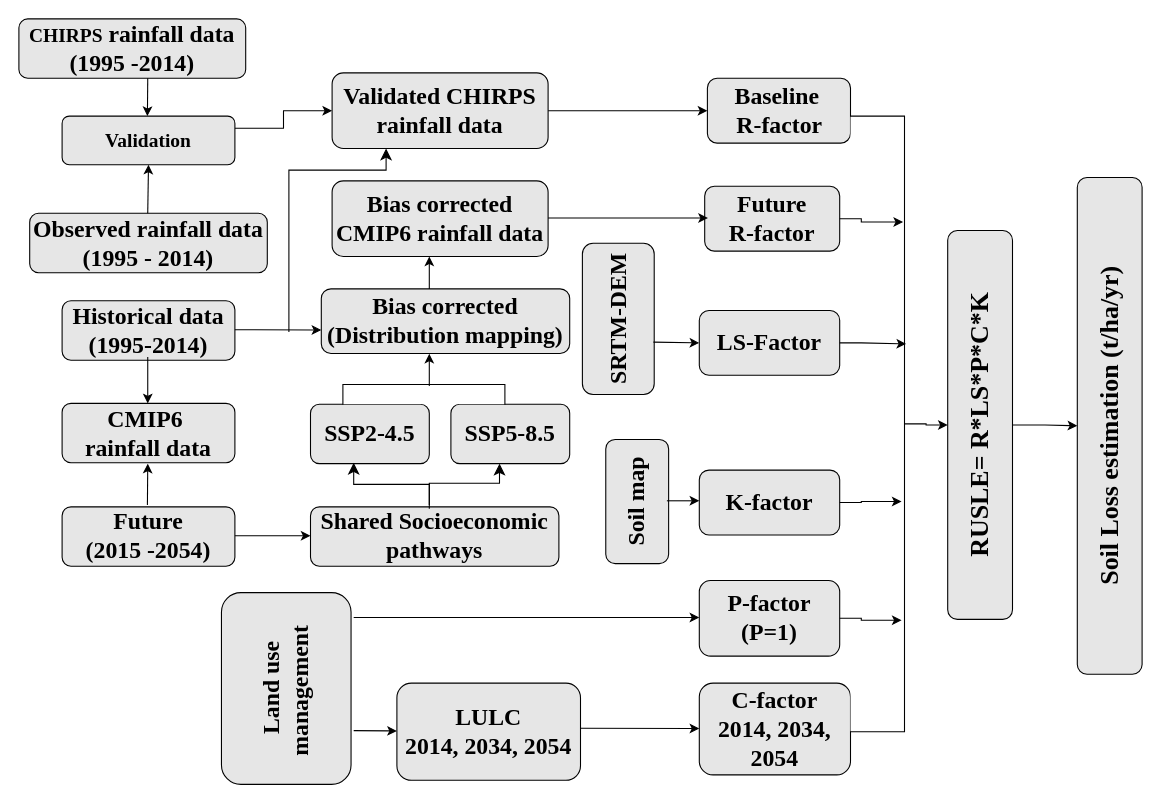
Earlier version of the draw.io diagram Flow_CC.drawio (yemioke/PRISMA2020). Source tidied: cells renumbered, new cells numbered last; positions are measured from the earlier drawing's top-left corner, leaving out a move shared by most shapes. Both pictures are drawn from the tidied source at 108%, with x=0, y=0 at pixel (18, 18).
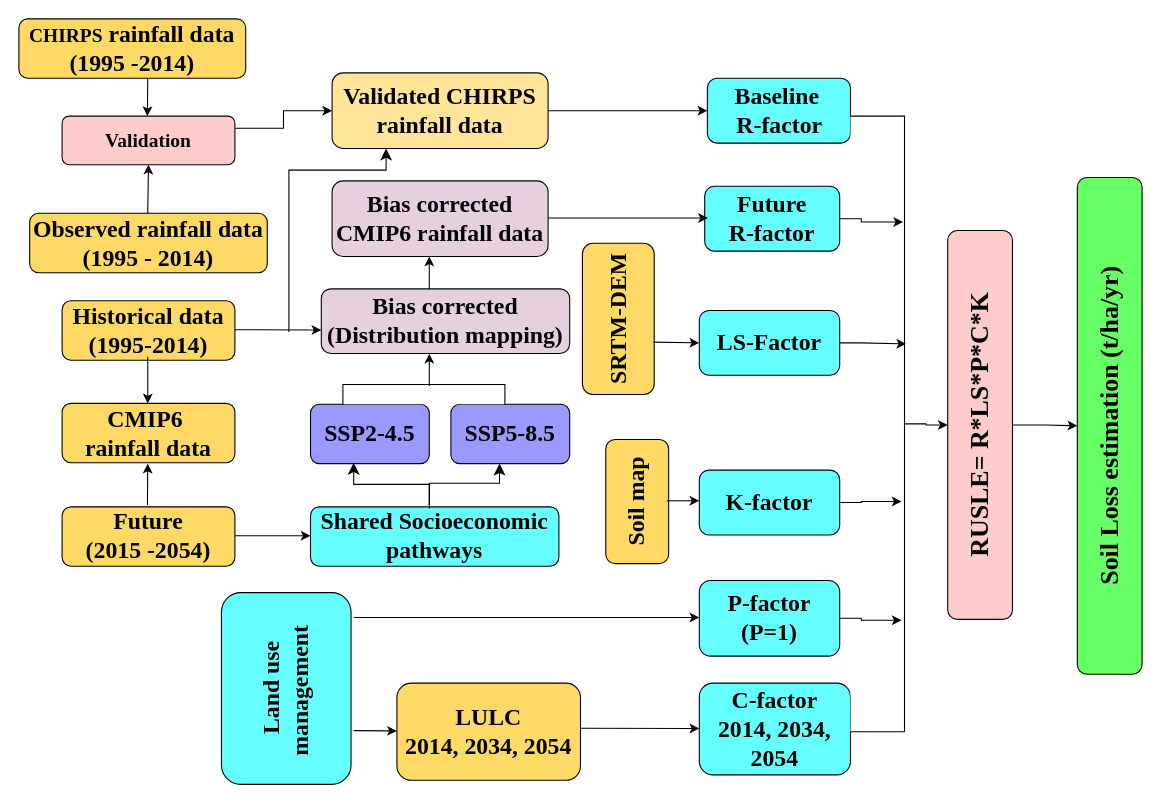
The same page after the edit.

Change to the diagram source:
```diff
@@
-    <mxCell id="3" value="&lt;font style=&quot;font-size: 24px;&quot; face=&quot;Times New Roman&quot;&gt;&lt;b style=&quot;&quot;&gt;RUSLE= R*LS*P*C*K&lt;/b&gt;&lt;/font&gt;" style="rounded=1;whiteSpace=wrap;html=1;rotation=-90;fillColor=#E6E6E6;" parent="1" vertex="1">
+    <mxCell id="3" value="&lt;font style=&quot;font-size: 24px;&quot; face=&quot;Times New Roman&quot;&gt;&lt;b style=&quot;&quot;&gt;RUSLE= R*LS*P*C*K&lt;/b&gt;&lt;/font&gt;" style="rounded=1;whiteSpace=wrap;html=1;rotation=-90;fillColor=#FFCCCC;" parent="1" vertex="1">
       <mxGeometry x="710" y="346" width="360" height="60" as="geometry" />
     </mxCell>
-    <mxCell id="4" value="&lt;font face=&quot;Times New Roman&quot;&gt;&lt;span style=&quot;font-size: 24px;&quot;&gt;&lt;b&gt;Soil Loss estimation (t/ha/yr)&lt;/b&gt;&lt;/span&gt;&lt;/font&gt;" style="rounded=1;whiteSpace=wrap;html=1;rotation=-90;fillColor=#E6E6E6;" parent="1" vertex="1">
+    <mxCell id="4" value="&lt;font face=&quot;Times New Roman&quot;&gt;&lt;span style=&quot;font-size: 24px;&quot;&gt;&lt;b&gt;Soil Loss estimation (t/ha/yr)&lt;/b&gt;&lt;/span&gt;&lt;/font&gt;" style="rounded=1;whiteSpace=wrap;html=1;rotation=-90;fillColor=#66FF66;" parent="1" vertex="1">
       <mxGeometry x="780" y="346.8" width="460" height="60" as="geometry" />
     </mxCell>
-    <mxCell id="5" value="&lt;font face=&quot;Times New Roman&quot;&gt;&lt;b style=&quot;&quot;&gt;&lt;font style=&quot;font-size: 22px;&quot;&gt;Baseline&lt;/font&gt;&lt;span style=&quot;font-size: 18px;&quot;&gt;&amp;nbsp;&lt;/span&gt;&lt;/b&gt;&lt;/font&gt;&lt;div&gt;&lt;font style=&quot;font-size: 22px;&quot; face=&quot;Times New Roman&quot;&gt;&lt;b style=&quot;&quot;&gt;R-factor&lt;/b&gt;&lt;/font&gt;&lt;/div&gt;" style="rounded=1;whiteSpace=wrap;html=1;rotation=0;fillColor=#E6E6E6;" parent="1" vertex="1">
+    <mxCell id="5" value="&lt;font face=&quot;Times New Roman&quot;&gt;&lt;b style=&quot;&quot;&gt;&lt;font style=&quot;font-size: 22px;&quot;&gt;Baseline&lt;/font&gt;&lt;span style=&quot;font-size: 18px;&quot;&gt;&amp;nbsp;&lt;/span&gt;&lt;/b&gt;&lt;/font&gt;&lt;div&gt;&lt;font style=&quot;font-size: 22px;&quot; face=&quot;Times New Roman&quot;&gt;&lt;b style=&quot;&quot;&gt;R-factor&lt;/b&gt;&lt;/font&gt;&lt;/div&gt;" style="rounded=1;whiteSpace=wrap;html=1;rotation=0;fillColor=#66FFFF;" parent="1" vertex="1">
       <mxGeometry x="637.5" y="55" width="132.5" height="60" as="geometry" />
     </mxCell>
-    <mxCell id="6" value="&lt;font style=&quot;font-size: 22px;&quot; face=&quot;Times New Roman&quot;&gt;&lt;b style=&quot;&quot;&gt;Future&lt;/b&gt;&lt;/font&gt;&lt;div&gt;&lt;font style=&quot;font-size: 22px;&quot; face=&quot;Times New Roman&quot;&gt;&lt;b style=&quot;&quot;&gt;R-factor&lt;/b&gt;&lt;/font&gt;&lt;/div&gt;" style="rounded=1;whiteSpace=wrap;html=1;rotation=0;fillColor=#E6E6E6;" parent="1" vertex="1">
+    <mxCell id="6" value="&lt;font style=&quot;font-size: 22px;&quot; face=&quot;Times New Roman&quot;&gt;&lt;b style=&quot;&quot;&gt;Future&lt;/b&gt;&lt;/font&gt;&lt;div&gt;&lt;font style=&quot;font-size: 22px;&quot; face=&quot;Times New Roman&quot;&gt;&lt;b style=&quot;&quot;&gt;R-factor&lt;/b&gt;&lt;/font&gt;&lt;/div&gt;" style="rounded=1;whiteSpace=wrap;html=1;rotation=0;fillColor=#66FFFF;" parent="1" vertex="1">
       <mxGeometry x="635" y="155" width="125" height="60" as="geometry" />
     </mxCell>
-    <mxCell id="7" value="&lt;font face=&quot;Times New Roman&quot; style=&quot;font-size: 22px;&quot;&gt;&lt;b style=&quot;&quot;&gt;Land use management&amp;nbsp;&lt;/b&gt;&lt;/font&gt;" style="rounded=1;whiteSpace=wrap;html=1;rotation=-90;fillColor=#E6E6E6;" parent="1" vertex="1">
+    <mxCell id="7" value="&lt;font face=&quot;Times New Roman&quot; style=&quot;font-size: 22px;&quot;&gt;&lt;b style=&quot;&quot;&gt;Land use management&amp;nbsp;&lt;/b&gt;&lt;/font&gt;" style="rounded=1;whiteSpace=wrap;html=1;rotation=-90;fillColor=#66FFFF;" parent="1" vertex="1">
       <mxGeometry x="158.8" y="560" width="177.5" height="120" as="geometry" />
     </mxCell>
-    <mxCell id="8" value="&lt;font style=&quot;font-size: 22px;&quot; face=&quot;Times New Roman&quot;&gt;&lt;b style=&quot;&quot;&gt;LULC&lt;/b&gt;&lt;/font&gt;&lt;div&gt;&lt;font style=&quot;font-size: 22px;&quot; face=&quot;Times New Roman&quot;&gt;&lt;b style=&quot;&quot;&gt;2014, 2034, 2054&lt;/b&gt;&lt;/font&gt;&lt;/div&gt;" style="rounded=1;whiteSpace=wrap;html=1;rotation=0;fillColor=#E6E6E6;" parent="1" vertex="1">
+    <mxCell id="8" value="&lt;font style=&quot;font-size: 22px;&quot; face=&quot;Times New Roman&quot;&gt;&lt;b style=&quot;&quot;&gt;LULC&lt;/b&gt;&lt;/font&gt;&lt;div&gt;&lt;font style=&quot;font-size: 22px;&quot; face=&quot;Times New Roman&quot;&gt;&lt;b style=&quot;&quot;&gt;2014, 2034, 2054&lt;/b&gt;&lt;/font&gt;&lt;/div&gt;" style="rounded=1;whiteSpace=wrap;html=1;rotation=0;fillColor=#FFD966;" parent="1" vertex="1">
       <mxGeometry x="350" y="615" width="170" height="90" as="geometry" />
     </mxCell>
-    <mxCell id="9" value="&lt;font style=&quot;font-size: 22px;&quot; face=&quot;Times New Roman&quot;&gt;&lt;b style=&quot;&quot;&gt;C-factor&lt;/b&gt;&lt;/font&gt;&lt;br&gt;&lt;div&gt;&lt;font style=&quot;font-size: 22px;&quot; face=&quot;Times New Roman&quot;&gt;&lt;b style=&quot;&quot;&gt;2014, 2034, 2054&lt;/b&gt;&lt;/font&gt;&lt;/div&gt;" style="rounded=1;whiteSpace=wrap;html=1;rotation=0;fillColor=#E6E6E6;" parent="1" vertex="1">
+    <mxCell id="9" value="&lt;font style=&quot;font-size: 22px;&quot; face=&quot;Times New Roman&quot;&gt;&lt;b style=&quot;&quot;&gt;C-factor&lt;/b&gt;&lt;/font&gt;&lt;br&gt;&lt;div&gt;&lt;font style=&quot;font-size: 22px;&quot; face=&quot;Times New Roman&quot;&gt;&lt;b style=&quot;&quot;&gt;2014, 2034, 2054&lt;/b&gt;&lt;/font&gt;&lt;/div&gt;" style="rounded=1;whiteSpace=wrap;html=1;rotation=0;fillColor=#66FFFF;" parent="1" vertex="1">
       <mxGeometry x="630" y="615" width="140" height="85" as="geometry" />
     </mxCell>
-    <mxCell id="10" value="&lt;font style=&quot;font-size: 22px;&quot; face=&quot;Times New Roman&quot;&gt;&lt;b style=&quot;&quot;&gt;P-factor&lt;/b&gt;&lt;/font&gt;&lt;div&gt;&lt;font style=&quot;font-size: 22px;&quot; face=&quot;Times New Roman&quot;&gt;&lt;b style=&quot;&quot;&gt;(P=1)&lt;/b&gt;&lt;/font&gt;&lt;/div&gt;" style="rounded=1;whiteSpace=wrap;html=1;rotation=0;fillColor=#E6E6E6;" parent="1" vertex="1">
+    <mxCell id="10" value="&lt;font style=&quot;font-size: 22px;&quot; face=&quot;Times New Roman&quot;&gt;&lt;b style=&quot;&quot;&gt;P-factor&lt;/b&gt;&lt;/font&gt;&lt;div&gt;&lt;font style=&quot;font-size: 22px;&quot; face=&quot;Times New Roman&quot;&gt;&lt;b style=&quot;&quot;&gt;(P=1)&lt;/b&gt;&lt;/font&gt;&lt;/div&gt;" style="rounded=1;whiteSpace=wrap;html=1;rotation=0;fillColor=#66FFFF;" parent="1" vertex="1">
       <mxGeometry x="630" y="520" width="130" height="70" as="geometry" />
     </mxCell>
-    <mxCell id="11" value="&lt;font style=&quot;font-size: 22px;&quot; face=&quot;Times New Roman&quot;&gt;&lt;b style=&quot;&quot;&gt;Soil map&lt;/b&gt;&lt;/font&gt;" style="rounded=1;whiteSpace=wrap;html=1;rotation=-90;fillColor=#E6E6E6;" parent="1" vertex="1">
+    <mxCell id="11" value="&lt;font style=&quot;font-size: 22px;&quot; face=&quot;Times New Roman&quot;&gt;&lt;b style=&quot;&quot;&gt;Soil map&lt;/b&gt;&lt;/font&gt;" style="rounded=1;whiteSpace=wrap;html=1;rotation=-90;fillColor=#FFD966;" parent="1" vertex="1">
       <mxGeometry x="515" y="417.8" width="115" height="58.2" as="geometry" />
     </mxCell>
-    <mxCell id="12" value="&lt;font style=&quot;font-size: 22px;&quot; face=&quot;Times New Roman&quot;&gt;&lt;b style=&quot;&quot;&gt;K-factor&lt;/b&gt;&lt;/font&gt;" style="rounded=1;whiteSpace=wrap;html=1;rotation=0;fillColor=#E6E6E6;" parent="1" vertex="1">
+    <mxCell id="12" value="&lt;font style=&quot;font-size: 22px;&quot; face=&quot;Times New Roman&quot;&gt;&lt;b style=&quot;&quot;&gt;K-factor&lt;/b&gt;&lt;/font&gt;" style="rounded=1;whiteSpace=wrap;html=1;rotation=0;fillColor=#66FFFF;" parent="1" vertex="1">
       <mxGeometry x="630" y="417.8" width="130" height="60" as="geometry" />
     </mxCell>
-    <mxCell id="13" value="&lt;font style=&quot;font-size: 22px;&quot; face=&quot;Times New Roman&quot;&gt;&lt;b style=&quot;&quot;&gt;LS-Factor&lt;/b&gt;&lt;/font&gt;" style="rounded=1;whiteSpace=wrap;html=1;rotation=0;fillColor=#E6E6E6;" parent="1" vertex="1">
+    <mxCell id="13" value="&lt;font style=&quot;font-size: 22px;&quot; face=&quot;Times New Roman&quot;&gt;&lt;b style=&quot;&quot;&gt;LS-Factor&lt;/b&gt;&lt;/font&gt;" style="rounded=1;whiteSpace=wrap;html=1;rotation=0;fillColor=#66FFFF;" parent="1" vertex="1">
       <mxGeometry x="630" y="270" width="130" height="60" as="geometry" />
     </mxCell>
-    <mxCell id="14" value="&lt;font style=&quot;font-size: 22px;&quot; face=&quot;Times New Roman&quot;&gt;&lt;b style=&quot;&quot;&gt;SRTM-DEM&lt;/b&gt;&lt;/font&gt;" style="rounded=1;whiteSpace=wrap;html=1;rotation=-90;fillColor=#E6E6E6;" parent="1" vertex="1">
+    <mxCell id="14" value="&lt;font style=&quot;font-size: 22px;&quot; face=&quot;Times New Roman&quot;&gt;&lt;b style=&quot;&quot;&gt;SRTM-DEM&lt;/b&gt;&lt;/font&gt;" style="rounded=1;whiteSpace=wrap;html=1;rotation=-90;fillColor=#FFD966;" parent="1" vertex="1">
       <mxGeometry x="485" y="244.5" width="140" height="66.5" as="geometry" />
     </mxCell>
@@
-    <mxCell id="16" value="&lt;font face=&quot;Times New Roman&quot;&gt;&lt;b style=&quot;&quot;&gt;&lt;font style=&quot;font-size: 22px;&quot;&gt;Validated CHIRPS&lt;/font&gt;&lt;span style=&quot;font-size: 18px;&quot;&gt; &lt;/span&gt;&lt;font style=&quot;font-size: 22px;&quot;&gt;rainfall data&lt;/font&gt;&lt;/b&gt;&lt;/font&gt;" style="rounded=1;whiteSpace=wrap;html=1;rotation=0;fillColor=#E6E6E6;" parent="1" vertex="1">
+    <mxCell id="16" value="&lt;font face=&quot;Times New Roman&quot;&gt;&lt;b style=&quot;&quot;&gt;&lt;font style=&quot;font-size: 22px;&quot;&gt;Validated CHIRPS&lt;/font&gt;&lt;span style=&quot;font-size: 18px;&quot;&gt; &lt;/span&gt;&lt;font style=&quot;font-size: 22px;&quot;&gt;rainfall data&lt;/font&gt;&lt;/b&gt;&lt;/font&gt;" style="rounded=1;whiteSpace=wrap;html=1;rotation=0;fillColor=#FFE599;" parent="1" vertex="1">
       <mxGeometry x="290" y="50" width="200" height="70" as="geometry" />
     </mxCell>
-    <mxCell id="17" value="&lt;font face=&quot;Times New Roman&quot;&gt;&lt;b style=&quot;&quot;&gt;&lt;font style=&quot;font-size: 22px;&quot;&gt;Bias corrected CMIP6&lt;/font&gt;&lt;font style=&quot;font-size: 22px;&quot;&gt; rainfall data&lt;/font&gt;&lt;/b&gt;&lt;/font&gt;" style="rounded=1;whiteSpace=wrap;html=1;rotation=0;fillColor=#E6E6E6;" parent="1" vertex="1">
+    <mxCell id="17" value="&lt;font face=&quot;Times New Roman&quot;&gt;&lt;b style=&quot;&quot;&gt;&lt;font style=&quot;font-size: 22px;&quot;&gt;Bias corrected CMIP6&lt;/font&gt;&lt;font style=&quot;font-size: 22px;&quot;&gt; rainfall data&lt;/font&gt;&lt;/b&gt;&lt;/font&gt;" style="rounded=1;whiteSpace=wrap;html=1;rotation=0;fillColor=#E6D0DE;" parent="1" vertex="1">
       <mxGeometry x="290" y="150" width="200" height="70" as="geometry" />
     </mxCell>
-    <mxCell id="18" value="&lt;font style=&quot;font-size: 22px;&quot; face=&quot;Times New Roman&quot;&gt;&lt;b style=&quot;&quot;&gt;Bias corrected&lt;/b&gt;&lt;/font&gt;&lt;div&gt;&lt;font style=&quot;font-size: 22px;&quot; face=&quot;Times New Roman&quot;&gt;&lt;b style=&quot;&quot;&gt;(Distribution mapping)&lt;/b&gt;&lt;/font&gt;&lt;/div&gt;" style="rounded=1;whiteSpace=wrap;html=1;rotation=0;fillColor=#E6E6E6;" parent="1" vertex="1">
+    <mxCell id="18" value="&lt;font style=&quot;font-size: 22px;&quot; face=&quot;Times New Roman&quot;&gt;&lt;b style=&quot;&quot;&gt;Bias corrected&lt;/b&gt;&lt;/font&gt;&lt;div&gt;&lt;font style=&quot;font-size: 22px;&quot; face=&quot;Times New Roman&quot;&gt;&lt;b style=&quot;&quot;&gt;(Distribution mapping)&lt;/b&gt;&lt;/font&gt;&lt;/div&gt;" style="rounded=1;whiteSpace=wrap;html=1;rotation=0;fillColor=#E6D0DE;" parent="1" vertex="1">
       <mxGeometry x="280" y="250" width="230" height="59.8" as="geometry" />
     </mxCell>
-    <mxCell id="19" value="&lt;font style=&quot;font-size: 22px;&quot; face=&quot;Times New Roman&quot;&gt;&lt;b style=&quot;&quot;&gt;SSP2-4.5&lt;/b&gt;&lt;/font&gt;" style="rounded=1;whiteSpace=wrap;html=1;rotation=0;fillColor=#E6E6E6;" parent="1" vertex="1">
+    <mxCell id="19" value="&lt;font style=&quot;font-size: 22px;&quot; face=&quot;Times New Roman&quot;&gt;&lt;b style=&quot;&quot;&gt;SSP2-4.5&lt;/b&gt;&lt;/font&gt;" style="rounded=1;whiteSpace=wrap;html=1;rotation=0;fillColor=#9999FF;" parent="1" vertex="1">
       <mxGeometry x="270" y="356.8" width="110" height="55" as="geometry" />
     </mxCell>
-    <mxCell id="20" value="&lt;font style=&quot;font-size: 22px;&quot; face=&quot;Times New Roman&quot;&gt;&lt;b style=&quot;&quot;&gt;SSP5-8.5&lt;/b&gt;&lt;/font&gt;" style="rounded=1;whiteSpace=wrap;html=1;rotation=0;fillColor=#E6E6E6;" parent="1" vertex="1">
+    <mxCell id="20" value="&lt;font style=&quot;font-size: 22px;&quot; face=&quot;Times New Roman&quot;&gt;&lt;b style=&quot;&quot;&gt;SSP5-8.5&lt;/b&gt;&lt;/font&gt;" style="rounded=1;whiteSpace=wrap;html=1;rotation=0;fillColor=#9999FF;" parent="1" vertex="1">
       <mxGeometry x="400" y="356.8" width="110" height="55" as="geometry" />
     </mxCell>
-    <mxCell id="21" value="&lt;font style=&quot;font-size: 22px;&quot; face=&quot;Times New Roman&quot;&gt;&lt;b style=&quot;&quot;&gt;Shared Socioeconomic pathways&lt;/b&gt;&lt;/font&gt;" style="rounded=1;whiteSpace=wrap;html=1;rotation=0;fillColor=#E6E6E6;" parent="1" vertex="1">
+    <mxCell id="21" value="&lt;font style=&quot;font-size: 22px;&quot; face=&quot;Times New Roman&quot;&gt;&lt;b style=&quot;&quot;&gt;Shared Socioeconomic pathways&lt;/b&gt;&lt;/font&gt;" style="rounded=1;whiteSpace=wrap;html=1;rotation=0;fillColor=#66FFFF;" parent="1" vertex="1">
       <mxGeometry x="270" y="451.8" width="230" height="55" as="geometry" />
     </mxCell>
-    <mxCell id="22" value="&lt;font style=&quot;font-size: 22px;&quot; face=&quot;Times New Roman&quot;&gt;&lt;b style=&quot;&quot;&gt;Future&lt;/b&gt;&lt;/font&gt;&lt;div&gt;&lt;font style=&quot;font-size: 22px;&quot; face=&quot;Times New Roman&quot;&gt;&lt;b style=&quot;&quot;&gt;(2015 -2054)&lt;/b&gt;&lt;/font&gt;&lt;/div&gt;" style="rounded=1;whiteSpace=wrap;html=1;rotation=0;fillColor=#E6E6E6;" parent="1" vertex="1">
+    <mxCell id="22" value="&lt;font style=&quot;font-size: 22px;&quot; face=&quot;Times New Roman&quot;&gt;&lt;b style=&quot;&quot;&gt;Future&lt;/b&gt;&lt;/font&gt;&lt;div&gt;&lt;font style=&quot;font-size: 22px;&quot; face=&quot;Times New Roman&quot;&gt;&lt;b style=&quot;&quot;&gt;(2015 -2054)&lt;/b&gt;&lt;/font&gt;&lt;/div&gt;" style="rounded=1;whiteSpace=wrap;html=1;rotation=0;fillColor=#FFD966;" parent="1" vertex="1">
       <mxGeometry x="40" y="451.8" width="160" height="55" as="geometry" />
     </mxCell>
-    <mxCell id="23" value="&lt;font style=&quot;font-size: 22px;&quot; face=&quot;Times New Roman&quot;&gt;&lt;b style=&quot;&quot;&gt;CMIP6&amp;nbsp;&lt;/b&gt;&lt;/font&gt;&lt;div&gt;&lt;font style=&quot;font-size: 22px;&quot; face=&quot;Times New Roman&quot;&gt;&lt;b style=&quot;&quot;&gt;rainfall data&lt;/b&gt;&lt;/font&gt;&lt;/div&gt;" style="rounded=1;whiteSpace=wrap;html=1;rotation=0;fillColor=#E6E6E6;" parent="1" vertex="1">
+    <mxCell id="23" value="&lt;font style=&quot;font-size: 22px;&quot; face=&quot;Times New Roman&quot;&gt;&lt;b style=&quot;&quot;&gt;CMIP6&amp;nbsp;&lt;/b&gt;&lt;/font&gt;&lt;div&gt;&lt;font style=&quot;font-size: 22px;&quot; face=&quot;Times New Roman&quot;&gt;&lt;b style=&quot;&quot;&gt;rainfall data&lt;/b&gt;&lt;/font&gt;&lt;/div&gt;" style="rounded=1;whiteSpace=wrap;html=1;rotation=0;fillColor=#FFD966;" parent="1" vertex="1">
       <mxGeometry x="40" y="356" width="160" height="55" as="geometry" />
     </mxCell>
-    <mxCell id="24" value="&lt;font style=&quot;font-size: 22px;&quot; face=&quot;Times New Roman&quot;&gt;&lt;b style=&quot;&quot;&gt;Historical data&lt;/b&gt;&lt;/font&gt;&lt;div&gt;&lt;font style=&quot;font-size: 22px;&quot; face=&quot;Times New Roman&quot;&gt;&lt;b style=&quot;&quot;&gt;(1995-2014)&lt;/b&gt;&lt;/font&gt;&lt;/div&gt;" style="rounded=1;whiteSpace=wrap;html=1;rotation=0;fillColor=#E6E6E6;" parent="1" vertex="1">
+    <mxCell id="24" value="&lt;font style=&quot;font-size: 22px;&quot; face=&quot;Times New Roman&quot;&gt;&lt;b style=&quot;&quot;&gt;Historical data&lt;/b&gt;&lt;/font&gt;&lt;div&gt;&lt;font style=&quot;font-size: 22px;&quot; face=&quot;Times New Roman&quot;&gt;&lt;b style=&quot;&quot;&gt;(1995-2014)&lt;/b&gt;&lt;/font&gt;&lt;/div&gt;" style="rounded=1;whiteSpace=wrap;html=1;rotation=0;fillColor=#FFD966;" parent="1" vertex="1">
       <mxGeometry x="40" y="261" width="160" height="55" as="geometry" />
     </mxCell>
-    <mxCell id="25" value="&lt;font style=&quot;font-size: 22px;&quot; face=&quot;Times New Roman&quot;&gt;&lt;b style=&quot;&quot;&gt;Observed rainfall data&lt;/b&gt;&lt;/font&gt;&lt;div&gt;&lt;font style=&quot;font-size: 22px;&quot; face=&quot;Times New Roman&quot;&gt;&lt;b style=&quot;&quot;&gt;(1995 - 2014)&lt;/b&gt;&lt;/font&gt;&lt;/div&gt;" style="rounded=1;whiteSpace=wrap;html=1;rotation=0;fillColor=#E6E6E6;" parent="1" vertex="1">
+    <mxCell id="25" value="&lt;font style=&quot;font-size: 22px;&quot; face=&quot;Times New Roman&quot;&gt;&lt;b style=&quot;&quot;&gt;Observed rainfall data&lt;/b&gt;&lt;/font&gt;&lt;div&gt;&lt;font style=&quot;font-size: 22px;&quot; face=&quot;Times New Roman&quot;&gt;&lt;b style=&quot;&quot;&gt;(1995 - 2014)&lt;/b&gt;&lt;/font&gt;&lt;/div&gt;" style="rounded=1;whiteSpace=wrap;html=1;rotation=0;fillColor=#FFD966;" parent="1" vertex="1">
       <mxGeometry x="10" y="180" width="220" height="55" as="geometry" />
     </mxCell>
@@
-    <mxCell id="27" value="&lt;font face=&quot;Times New Roman&quot;&gt;&lt;span style=&quot;font-size: 18px;&quot;&gt;&lt;b&gt;Validation&lt;/b&gt;&lt;/span&gt;&lt;/font&gt;" style="rounded=1;whiteSpace=wrap;html=1;rotation=0;fillColor=#E6E6E6;" parent="1" vertex="1">
+    <mxCell id="27" value="&lt;font face=&quot;Times New Roman&quot;&gt;&lt;span style=&quot;font-size: 18px;&quot;&gt;&lt;b&gt;Validation&lt;/b&gt;&lt;/span&gt;&lt;/font&gt;" style="rounded=1;whiteSpace=wrap;html=1;rotation=0;fillColor=#FFCCCC;" parent="1" vertex="1">
       <mxGeometry x="40" y="90" width="160" height="45" as="geometry" />
     </mxCell>
-    <mxCell id="28" value="&lt;font face=&quot;Times New Roman&quot;&gt;&lt;b style=&quot;&quot;&gt;&lt;span style=&quot;font-size: 18px;&quot;&gt;CHIRPS&lt;/span&gt;&lt;font style=&quot;font-size: 22px;&quot;&gt; rainfall data&lt;/font&gt;&lt;/b&gt;&lt;/font&gt;&lt;div&gt;&lt;font style=&quot;font-size: 22px;&quot; face=&quot;Times New Roman&quot;&gt;&lt;b style=&quot;&quot;&gt;(1995 -2014)&lt;/b&gt;&lt;/font&gt;&lt;/div&gt;" style="rounded=1;whiteSpace=wrap;html=1;rotation=0;fillColor=#E6E6E6;" parent="1" vertex="1">
+    <mxCell id="28" value="&lt;font face=&quot;Times New Roman&quot;&gt;&lt;b style=&quot;&quot;&gt;&lt;span style=&quot;font-size: 18px;&quot;&gt;CHIRPS&lt;/span&gt;&lt;font style=&quot;font-size: 22px;&quot;&gt; rainfall data&lt;/font&gt;&lt;/b&gt;&lt;/font&gt;&lt;div&gt;&lt;font style=&quot;font-size: 22px;&quot; face=&quot;Times New Roman&quot;&gt;&lt;b style=&quot;&quot;&gt;(1995 -2014)&lt;/b&gt;&lt;/font&gt;&lt;/div&gt;" style="rounded=1;whiteSpace=wrap;html=1;rotation=0;fillColor=#FFD966;" parent="1" vertex="1">
       <mxGeometry width="210" height="55" as="geometry" />
     </mxCell>
```
